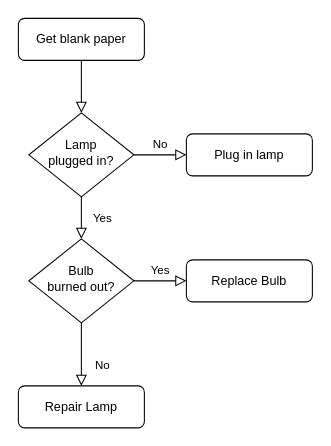
Earlier version of the draw.io diagram Untitled Diagram.drawio (angilie/Flowchart_APCSP_). Source tidied: cells renumbered, new cells numbered last; positions are measured from the earlier drawing's top-left corner, leaving out a move shared by most shapes. Both pictures are drawn from the tidied source at 105%, with x=0, y=0 at pixel (18, 18).
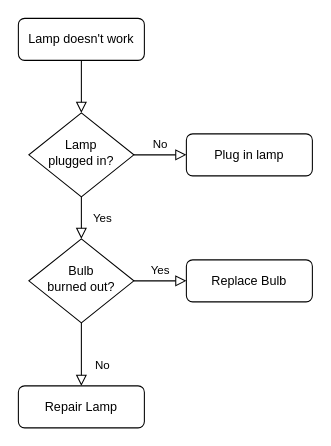
Above is the later version.

Commit message:
Hacktoberfest Final Assignment

What changed in the source:
```diff
@@
 <mxGraphModel>
   <root>
     <mxCell id="0" />
     <mxCell id="1" parent="0" />
     <mxCell id="2" style="rounded=0;html=1;jettySize=auto;fontSize=11;endArrow=block;endFill=0;endSize=8;strokeWidth=1;shadow=0;labelBackgroundColor=none;edgeStyle=orthogonalEdgeStyle;" parent="1" edge="1" source="3" target="6">
       <mxGeometry relative="1" as="geometry" />
     </mxCell>
-    <mxCell id="3" value="Get blank paper" style="rounded=1;whiteSpace=wrap;html=1;fontSize=12;glass=0;strokeWidth=1;shadow=0;" parent="1" vertex="1">
+    <mxCell id="3" value="Lamp doesn't work" style="rounded=1;whiteSpace=wrap;html=1;fontSize=12;glass=0;strokeWidth=1;shadow=0;" parent="1" vertex="1">
       <mxGeometry width="120" height="40" as="geometry" />
     </mxCell>
     <mxCell id="4" value="Yes" style="rounded=0;html=1;jettySize=auto;fontSize=11;endArrow=block;endFill=0;endSize=8;strokeWidth=1;shadow=0;labelBackgroundColor=none;edgeStyle=orthogonalEdgeStyle;" parent="1" edge="1" source="6" target="10">
       <mxGeometry y="20" relative="1" as="geometry" />
     </mxCell>
     <mxCell id="5" value="No" style="edgeStyle=orthogonalEdgeStyle;rounded=0;html=1;jettySize=auto;fontSize=11;endArrow=block;endFill=0;endSize=8;strokeWidth=1;shadow=0;labelBackgroundColor=none;" parent="1" edge="1" source="6" target="7">
       <mxGeometry y="10" relative="1" as="geometry" />
     </mxCell>
     <mxCell id="6" value="Lamp&lt;br&gt;plugged in?" style="rhombus;whiteSpace=wrap;html=1;shadow=0;fontFamily=Helvetica;fontSize=12;align=center;strokeWidth=1;spacing=6;spacingTop=-4;" parent="1" vertex="1">
       <mxGeometry x="10" y="90" width="100" height="80" as="geometry" />
     </mxCell>
     <mxCell id="7" value="Plug in lamp" style="rounded=1;whiteSpace=wrap;html=1;fontSize=12;glass=0;strokeWidth=1;shadow=0;" parent="1" vertex="1">
       <mxGeometry x="160" y="110" width="120" height="40" as="geometry" />
     </mxCell>
     <mxCell id="8" value="No" style="rounded=0;html=1;jettySize=auto;fontSize=11;endArrow=block;endFill=0;endSize=8;strokeWidth=1;shadow=0;labelBackgroundColor=none;edgeStyle=orthogonalEdgeStyle;" parent="1" edge="1" source="10" target="11">
       <mxGeometry x="0.33" y="20" relative="1" as="geometry" />
     </mxCell>
     <mxCell id="9" value="Yes" style="edgeStyle=orthogonalEdgeStyle;rounded=0;html=1;jettySize=auto;fontSize=11;endArrow=block;endFill=0;endSize=8;strokeWidth=1;shadow=0;labelBackgroundColor=none;" parent="1" edge="1" source="10" target="12">
       <mxGeometry y="10" relative="1" as="geometry" />
     </mxCell>
     <mxCell id="10" value="Bulb&lt;br&gt;burned out?" style="rhombus;whiteSpace=wrap;html=1;shadow=0;fontFamily=Helvetica;fontSize=12;align=center;strokeWidth=1;spacing=6;spacingTop=-4;" parent="1" vertex="1">
       <mxGeometry x="10" y="210" width="100" height="80" as="geometry" />
     </mxCell>
     <mxCell id="11" value="Repair Lamp" style="rounded=1;whiteSpace=wrap;html=1;fontSize=12;glass=0;strokeWidth=1;shadow=0;" parent="1" vertex="1">
       <mxGeometry y="350" width="120" height="40" as="geometry" />
     </mxCell>
     <mxCell id="12" value="Replace Bulb" style="rounded=1;whiteSpace=wrap;html=1;fontSize=12;glass=0;strokeWidth=1;shadow=0;" parent="1" vertex="1">
       <mxGeometry x="160" y="230" width="120" height="40" as="geometry" />
     </mxCell>
   </root>
 </mxGraphModel>
```
